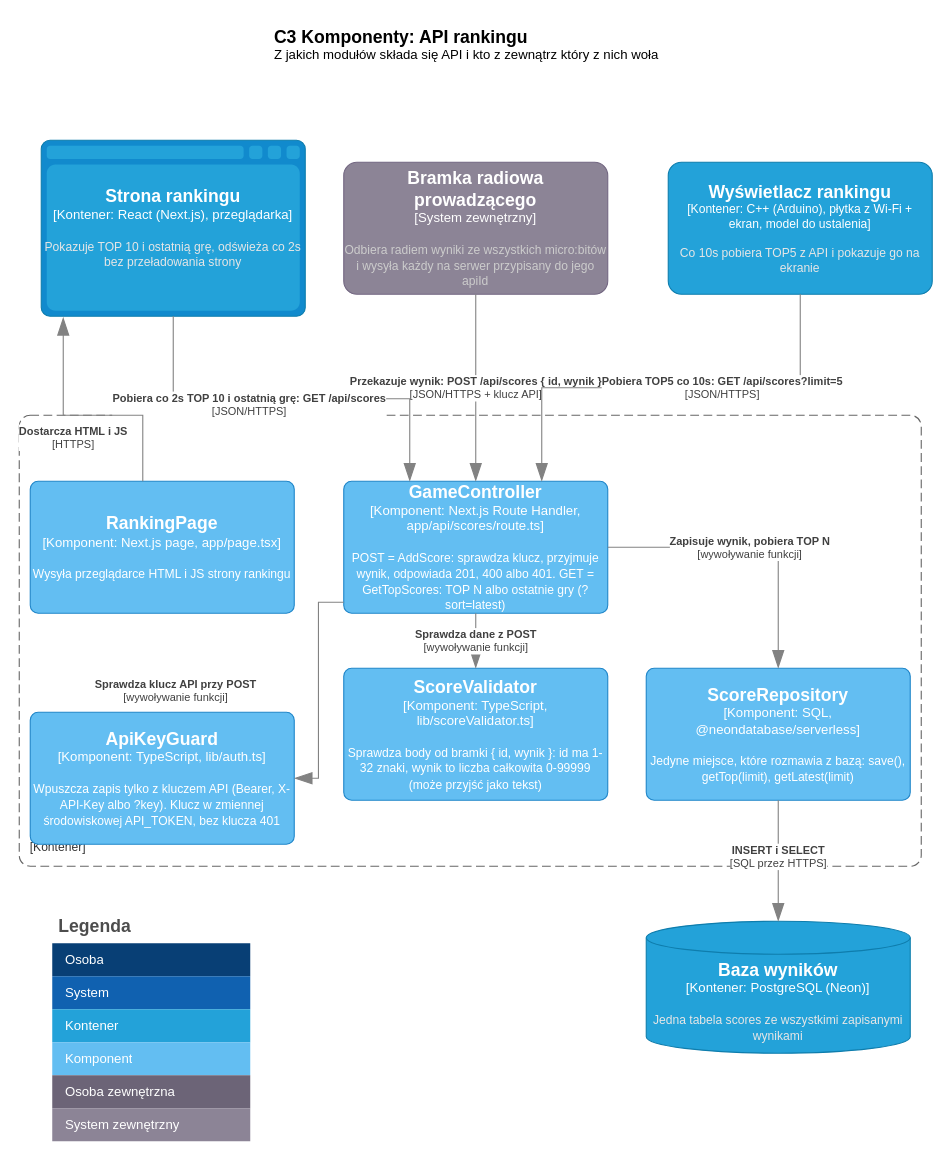
This is page "C3 Komponenty API" (3 of 4) of docs/c4-ranking.drawio from Damikk19/Sem5_JiPP, a draw.io file, before an edit. Source tidied: cells renumbered, new cells numbered last; positions are measured from the earlier drawing's top-left corner, leaving out a move shared by most shapes. Both pictures are drawn from the tidied source at 110%, with x=0, y=0 at pixel (19, 19).
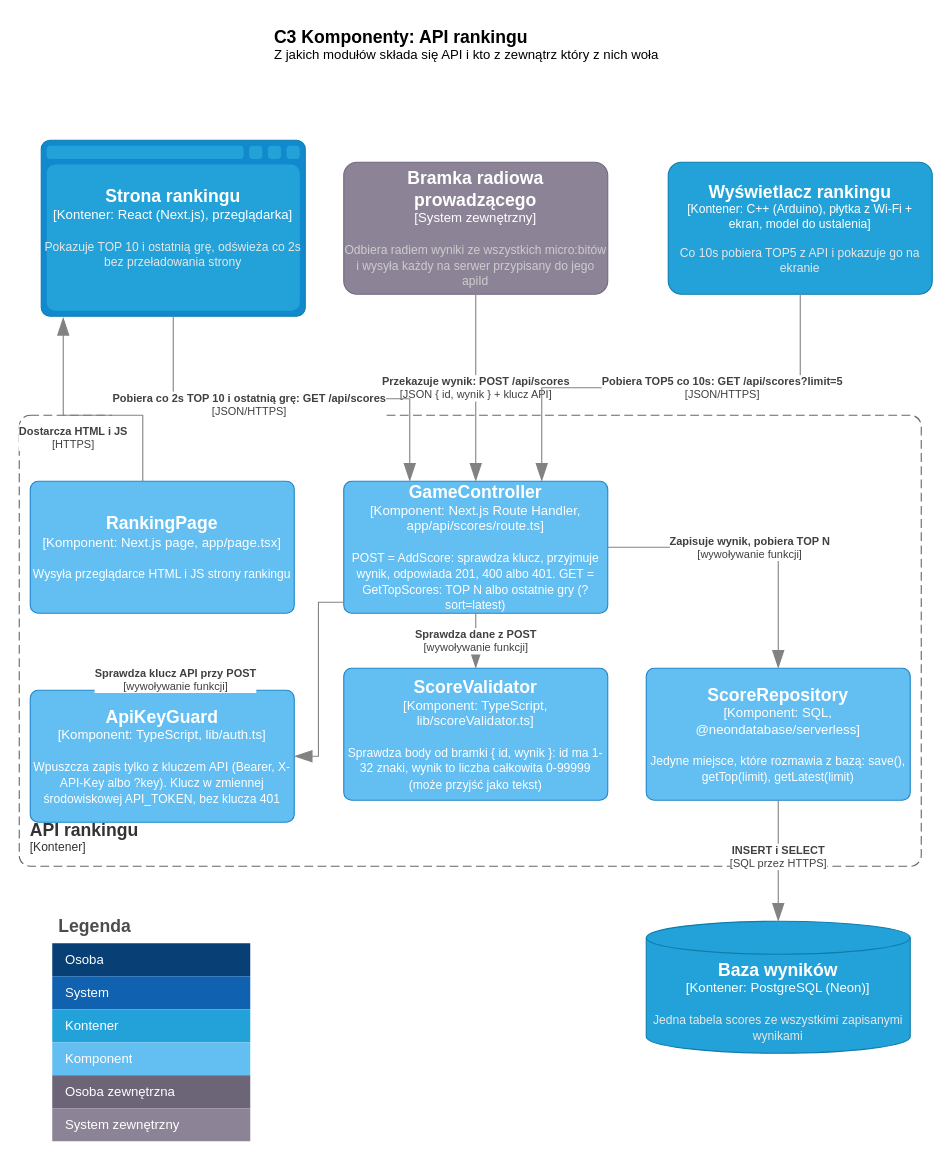
After the change.

Unchanged cells that the change refers to:
```xml
<object id="2" label="&lt;font style=&quot;font-size: 16px&quot;&gt;&lt;b&gt;%c4Name%&lt;/b&gt;&lt;/font&gt;&lt;div&gt;[%c4Type%]&lt;/div&gt;&lt;br&gt;&lt;div&gt;&lt;font style=&quot;font-size: 11px&quot;&gt;&lt;font color=&quot;#cccccc&quot;&gt;%c4Description%&lt;/font&gt;&lt;/div&gt;" c4Description="Odbiera radiem wyniki ze wszystkich micro:bitów i wysyła każdy na serwer przypisany do jego apiId" c4Name="Bramka radiowa prowadzącego" c4Type="System zewnętrzny" placeholders="1">
  <mxCell style="rounded=1;whiteSpace=wrap;html=1;labelBackgroundColor=none;fillColor=#8C8496;fontColor=#ffffff;align=center;arcSize=10;strokeColor=#736782;points=[[0.25,0,0],[0.5,0,0],[0.75,0,0],[1,0.25,0],[1,0.5,0],[1,0.75,0],[0.75,1,0],[0.5,1,0],[0.25,1,0],[0,0.75,0],[0,0.5,0],[0,0.25,0]];" parent="1" vertex="1">
    <mxGeometry x="295" y="130" width="240" height="120" as="geometry" />
  </mxCell>
</object>
<object id="7" label="&lt;font style=&quot;font-size: 16px&quot;&gt;&lt;b&gt;%c4Name%&lt;/b&gt;&lt;/font&gt;&lt;div&gt;[%c4Type%: %c4Technology%]&lt;/div&gt;&lt;br&gt;&lt;div&gt;&lt;font style=&quot;font-size: 11px&quot;&gt;%c4Description%&lt;/font&gt;&lt;/div&gt;" c4Description="POST = AddScore: sprawdza klucz, przyjmuje wynik, odpowiada 201, 400 albo 401. GET = GetTopScores: TOP N albo ostatnie gry (?sort=latest)" c4Name="GameController" c4Technology="Next.js Route Handler, app/api/scores/route.ts" c4Type="Komponent" placeholders="1">
  <mxCell style="rounded=1;whiteSpace=wrap;html=1;labelBackgroundColor=none;fillColor=#63BEF2;fontColor=#ffffff;align=center;arcSize=6;strokeColor=#2086C9;points=[[0.25,0,0],[0.5,0,0],[0.75,0,0],[1,0.25,0],[1,0.5,0],[1,0.75,0],[0.75,1,0],[0.5,1,0],[0.25,1,0],[0,0.75,0],[0,0.5,0],[0,0.25,0]];" parent="1" vertex="1">
    <mxGeometry x="295" y="420" width="240" height="120" as="geometry" />
  </mxCell>
</object>
```

Diff of the diagram source:
```diff
@@
-    <object id="25" label="&lt;div style=&quot;text-align: left&quot;&gt;&lt;div style=&quot;text-align: center&quot;&gt;&lt;b&gt;%c4Description%&lt;/b&gt;&lt;/div&gt;&lt;div style=&quot;text-align: center&quot;&gt;[%c4Technology%]&lt;/div&gt;&lt;/div&gt;" c4Description="Przekazuje wynik: POST /api/scores { id, wynik }" c4Technology="JSON/HTTPS + klucz API" placeholders="1">
+    <object id="25" label="&lt;div style=&quot;text-align: left&quot;&gt;&lt;div style=&quot;text-align: center&quot;&gt;&lt;b&gt;%c4Description%&lt;/b&gt;&lt;/div&gt;&lt;div style=&quot;text-align: center&quot;&gt;[%c4Technology%]&lt;/div&gt;&lt;/div&gt;" c4Description="Przekazuje wynik: POST /api/scores" c4Technology="JSON { id, wynik } + klucz API" placeholders="1">
       <mxCell style="endArrow=blockThin;html=1;fontSize=10;fontColor=#404040;strokeWidth=1;endFill=1;strokeColor=#828282;elbow=vertical;endSize=14;startSize=14;jumpStyle=arc;jumpSize=16;rounded=0;edgeStyle=orthogonalEdgeStyle;defaultLabelBackgroundColor=page;exitX=0.5;exitY=1;exitDx=0;exitDy=0;exitPerimeter=0;" parent="1" edge="1" source="2" target="7">
         <mxGeometry relative="1" as="geometry" />
       </mxCell>
     </object>
@@
     <object id="30" label="&lt;font style=&quot;font-size: 16px&quot;&gt;&lt;b&gt;%c4Name%&lt;/b&gt;&lt;/font&gt;&lt;div&gt;[%c4Type%: %c4Technology%]&lt;/div&gt;&lt;br&gt;&lt;div&gt;&lt;font style=&quot;font-size: 11px&quot;&gt;%c4Description%&lt;/font&gt;&lt;/div&gt;" c4Description="Wpuszcza zapis tylko z kluczem API (Bearer, X-API-Key albo ?key). Klucz w zmiennej środowiskowej API_TOKEN, bez klucza 401" c4Name="ApiKeyGuard" c4Technology="TypeScript, lib/auth.ts" c4Type="Komponent" placeholders="1">
       <mxCell style="rounded=1;whiteSpace=wrap;html=1;labelBackgroundColor=none;fillColor=#63BEF2;fontColor=#ffffff;align=center;arcSize=6;strokeColor=#2086C9;points=[[0.25,0,0],[0.5,0,0],[0.75,0,0],[1,0.25,0],[1,0.5,0],[1,0.75,0],[0.75,1,0],[0.5,1,0],[0.25,1,0],[0,0.75,0],[0,0.5,0],[0,0.25,0]];" parent="1" vertex="1">
-        <mxGeometry x="10" y="630" width="240" height="120" as="geometry" />
+        <mxGeometry x="10" y="610" width="240" height="120" as="geometry" />
       </mxCell>
     </object>
     <object id="31" label="&lt;div style=&quot;text-align: left&quot;&gt;&lt;div style=&quot;text-align: center&quot;&gt;&lt;b&gt;%c4Description%&lt;/b&gt;&lt;/div&gt;&lt;div style=&quot;text-align: center&quot;&gt;[%c4Technology%]&lt;/div&gt;&lt;/div&gt;" c4Description="Sprawdza klucz API przy POST" c4Technology="wywoływanie funkcji" placeholders="1">
       <mxCell style="endArrow=blockThin;html=1;fontSize=10;fontColor=#404040;strokeWidth=1;endFill=1;strokeColor=#828282;elbow=vertical;endSize=14;startSize=14;jumpStyle=arc;jumpSize=16;rounded=0;edgeStyle=orthogonalEdgeStyle;defaultLabelBackgroundColor=page;exitX=0;exitY=0.917;exitDx=0;exitDy=0;entryX=1;entryY=0.5;entryDx=0;entryDy=0;" parent="1" edge="1" source="7" target="30">
         <mxGeometry relative="1" as="geometry">
           <Array as="points">
             <mxPoint x="272" y="530" />
-            <mxPoint x="272" y="690" />
+            <mxPoint x="272" y="670" />
           </Array>
           <mxPoint x="-130" as="offset" />
         </mxGeometry>
       </mxCell>
     </object>
```
